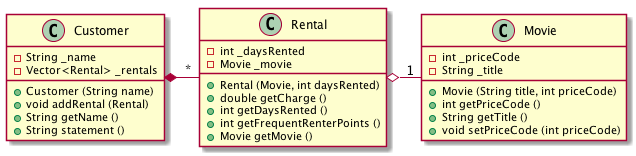
Above: examples/StrategyPattern3.png in AdityaPrasad1/cs373 (PlantUML), before the change.
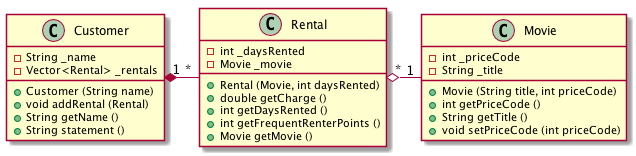
The same diagram one commit later.

Diff of the diagram source:
```diff
@@ -1,6 +1,6 @@
 @startuml
-Customer *- "*" Rental
-Rental   o- "1" Movie
+Customer "1" *- "*" Rental
+Rental   "*" o- "1" Movie
 
 class Customer {
     - String _name
```
